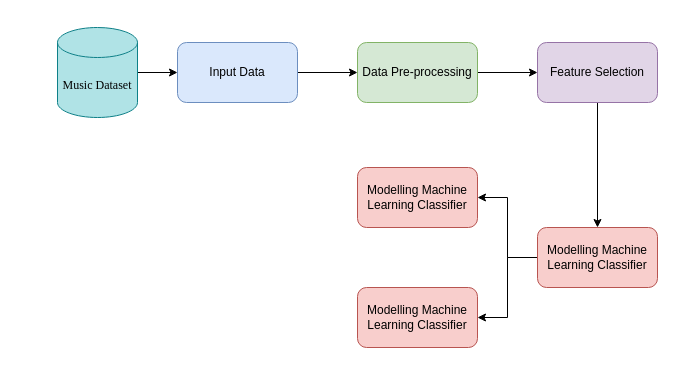
The draw.io diagram Poster Block Diagram.drawio in sohagkumarsaha/draw.io-public, before the edit. Source tidied: cells renumbered, new cells numbered last; positions are measured from the earlier drawing's top-left corner, leaving out a move shared by most shapes. Both pictures are drawn from the tidied source at 100%, with x=0, y=0 at pixel (57, 27).
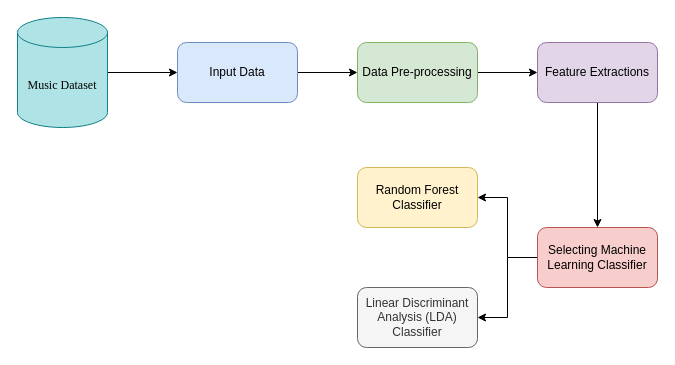
The same page after the edit.

The edit, as a diff of the source:
```diff
@@
 <mxGraphModel>
   <root>
     <mxCell id="0" />
     <mxCell id="1" parent="0" />
     <mxCell id="2" style="edgeStyle=orthogonalEdgeStyle;rounded=0;jettySize=auto;html=1;exitX=1;exitY=0.5;exitDx=0;exitDy=0;exitPerimeter=0;entryX=0;entryY=0.5;entryDx=0;entryDy=0;" parent="1" edge="1" source="3" target="5">
       <mxGeometry relative="1" as="geometry" />
     </mxCell>
     <mxCell id="3" value="&lt;font face=&quot;Times New Roman&quot;&gt;Music Dataset&lt;/font&gt;" style="shape=cylinder3;whiteSpace=wrap;html=1;boundedLbl=1;backgroundOutline=1;size=15;fillColor=#b0e3e6;strokeColor=#0e8088;" parent="1" vertex="1">
-      <mxGeometry width="80" height="90" as="geometry" />
+      <mxGeometry x="-40" y="-10" width="90" height="110" as="geometry" />
     </mxCell>
     <mxCell id="4" style="edgeStyle=orthogonalEdgeStyle;rounded=0;jettySize=auto;html=1;exitX=1;exitY=0.5;exitDx=0;exitDy=0;entryX=0;entryY=0.5;entryDx=0;entryDy=0;" parent="1" edge="1" source="5" target="7">
       <mxGeometry relative="1" as="geometry" />
     </mxCell>
     <mxCell id="5" value="Input Data" style="rounded=1;whiteSpace=wrap;html=1;fillColor=#dae8fc;strokeColor=#6c8ebf;" parent="1" vertex="1">
       <mxGeometry x="120" y="15" width="120" height="60" as="geometry" />
     </mxCell>
     <mxCell id="6" style="edgeStyle=orthogonalEdgeStyle;rounded=0;jettySize=auto;html=1;exitX=1;exitY=0.5;exitDx=0;exitDy=0;entryX=0;entryY=0.5;entryDx=0;entryDy=0;" parent="1" edge="1" source="7" target="9">
       <mxGeometry relative="1" as="geometry" />
     </mxCell>
     <mxCell id="7" value="Data Pre-processing" style="rounded=1;whiteSpace=wrap;html=1;fillColor=#d5e8d4;strokeColor=#82b366;" parent="1" vertex="1">
       <mxGeometry x="300" y="15" width="120" height="60" as="geometry" />
     </mxCell>
     <mxCell id="8" style="edgeStyle=orthogonalEdgeStyle;rounded=0;jettySize=auto;html=1;exitX=0.5;exitY=1;exitDx=0;exitDy=0;entryX=0.5;entryY=0;entryDx=0;entryDy=0;" parent="1" edge="1" source="9" target="12">
       <mxGeometry relative="1" as="geometry" />
     </mxCell>
-    <mxCell id="9" value="Feature Selection" style="rounded=1;whiteSpace=wrap;html=1;fillColor=#e1d5e7;strokeColor=#9673a6;" parent="1" vertex="1">
+    <mxCell id="9" value="Feature Extractions" style="rounded=1;whiteSpace=wrap;html=1;fillColor=#e1d5e7;strokeColor=#9673a6;" parent="1" vertex="1">
       <mxGeometry x="480" y="15" width="120" height="60" as="geometry" />
     </mxCell>
     <mxCell id="10" style="edgeStyle=orthogonalEdgeStyle;rounded=0;jettySize=auto;html=1;entryX=1;entryY=0.5;entryDx=0;entryDy=0;" parent="1" edge="1" source="12" target="13">
       <mxGeometry relative="1" as="geometry" />
     </mxCell>
     <mxCell id="11" style="edgeStyle=orthogonalEdgeStyle;rounded=0;jettySize=auto;html=1;entryX=1;entryY=0.5;entryDx=0;entryDy=0;" parent="1" edge="1" source="12" target="14">
       <mxGeometry relative="1" as="geometry" />
     </mxCell>
-    <mxCell id="12" value="Modelling Machine Learning Classifier" style="rounded=1;whiteSpace=wrap;html=1;fillColor=#f8cecc;strokeColor=#b85450;" parent="1" vertex="1">
+    <mxCell id="12" value="Selecting Machine Learning Classifier" style="rounded=1;whiteSpace=wrap;html=1;fillColor=#f8cecc;strokeColor=#b85450;" parent="1" vertex="1">
       <mxGeometry x="480" y="200" width="120" height="60" as="geometry" />
     </mxCell>
-    <mxCell id="13" value="Modelling Machine Learning Classifier" style="rounded=1;whiteSpace=wrap;html=1;fillColor=#f8cecc;strokeColor=#b85450;" parent="1" vertex="1">
+    <mxCell id="13" value="Random Forest Classifier" style="rounded=1;whiteSpace=wrap;html=1;fillColor=#fff2cc;strokeColor=#d6b656;" parent="1" vertex="1">
       <mxGeometry x="300" y="140" width="120" height="60" as="geometry" />
     </mxCell>
-    <mxCell id="14" value="Modelling Machine Learning Classifier" style="rounded=1;whiteSpace=wrap;html=1;fillColor=#f8cecc;strokeColor=#b85450;" parent="1" vertex="1">
+    <mxCell id="14" value="Linear Discriminant Analysis (LDA) Classifier" style="rounded=1;whiteSpace=wrap;html=1;fillColor=#f5f5f5;strokeColor=#666666;fontColor=#333333;" parent="1" vertex="1">
       <mxGeometry x="300" y="260" width="120" height="60" as="geometry" />
     </mxCell>
   </root>
 </mxGraphModel>
```
